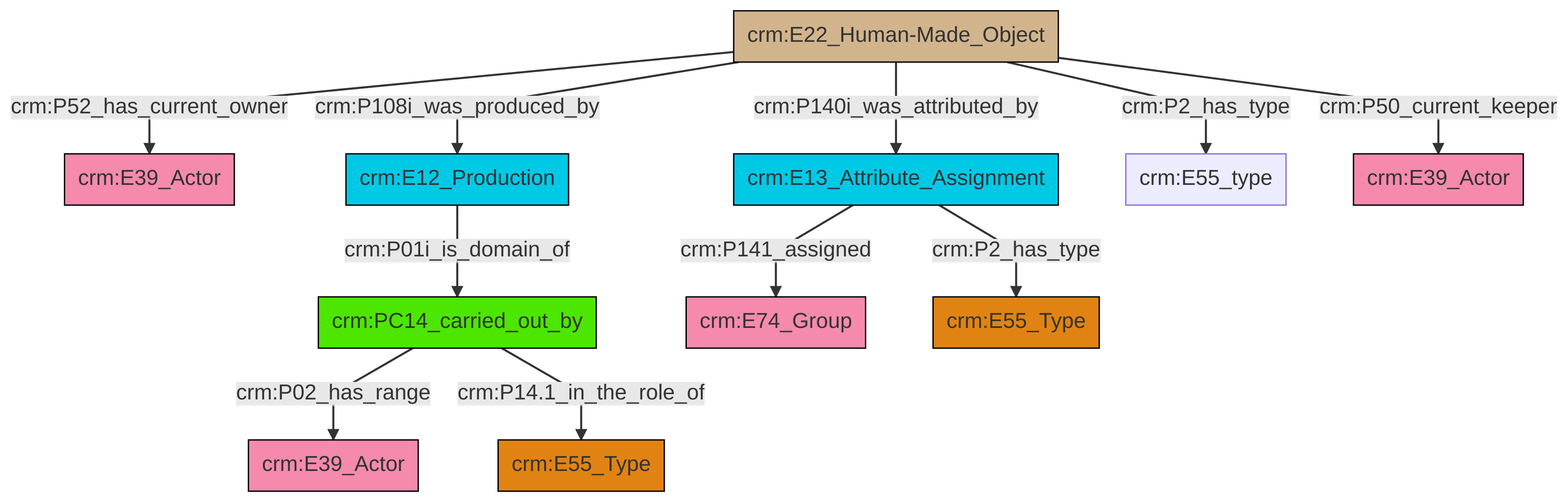
Before: et/artworkCSV/ttl/mmd/png/Artwork_Actor_Relations.png, a diagram exported from Mermaid (swiss-art-research-net/reference-data-models). Its source is kept beside it as et/artworkCSV/ttl/mmd/Artwork_Actor_Relations.ttl.mmd.
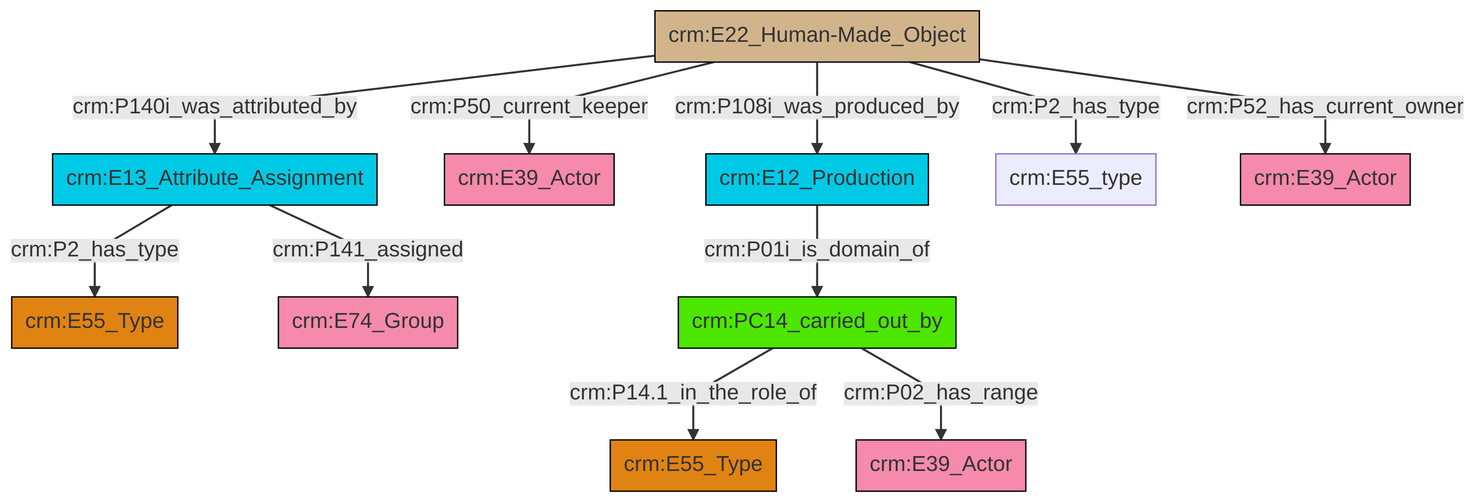
Later version of the same file.

Change to the diagram source:
```diff
@@ -13,13 +13,13 @@
 classDef PC_Classes fill:#4ce600, stroke:#000000;
 classDef Multi fill:#cccccc,stroke:#000000;
 
-0["crm:E22_Human-Made_Object"]:::Physical_Thing -->|crm:P52_has_current_owner| 1["crm:E39_Actor"]:::Actor
-2["crm:E12_Production"]:::Temporal_Entity -->|crm:P01i_is_domain_of| 3["crm:PC14_carried_out_by"]:::PC_Classes
-3["crm:PC14_carried_out_by"]:::PC_Classes -->|crm:P02_has_range| 6["crm:E39_Actor"]:::Actor
-4["crm:E13_Attribute_Assignment"]:::Temporal_Entity -->|crm:P141_assigned| 7["crm:E74_Group"]:::Actor
-0["crm:E22_Human-Made_Object"]:::Physical_Thing -->|crm:P2_has_type| 10["crm:E55_type"]:::Default
-0["crm:E22_Human-Made_Object"]:::Physical_Thing -->|crm:P50_current_keeper| 14["crm:E39_Actor"]:::Actor
-0["crm:E22_Human-Made_Object"]:::Physical_Thing -->|crm:P108i_was_produced_by| 2["crm:E12_Production"]:::Temporal_Entity
-0["crm:E22_Human-Made_Object"]:::Physical_Thing -->|crm:P140i_was_attributed_by| 4["crm:E13_Attribute_Assignment"]:::Temporal_Entity
-3["crm:PC14_carried_out_by"]:::PC_Classes -->|crm:P14.1_in_the_role_of| 18["crm:E55_Type"]:::Type
-4["crm:E13_Attribute_Assignment"]:::Temporal_Entity -->|crm:P2_has_type| 11["crm:E55_Type"]:::Type
+2["crm:E22_Human-Made_Object"]:::Physical_Thing -->|crm:P140i_was_attributed_by| 3["crm:E13_Attribute_Assignment"]:::Temporal_Entity
+2["crm:E22_Human-Made_Object"]:::Physical_Thing -->|crm:P50_current_keeper| 4["crm:E39_Actor"]:::Actor
+6["crm:PC14_carried_out_by"]:::PC_Classes -->|crm:P14.1_in_the_role_of| 7["crm:E55_Type"]:::Type
+2["crm:E22_Human-Made_Object"]:::Physical_Thing -->|crm:P108i_was_produced_by| 11["crm:E12_Production"]:::Temporal_Entity
+3["crm:E13_Attribute_Assignment"]:::Temporal_Entity -->|crm:P2_has_type| 0["crm:E55_Type"]:::Type
+11["crm:E12_Production"]:::Temporal_Entity -->|crm:P01i_is_domain_of| 6["crm:PC14_carried_out_by"]:::PC_Classes
+6["crm:PC14_carried_out_by"]:::PC_Classes -->|crm:P02_has_range| 8["crm:E39_Actor"]:::Actor
+2["crm:E22_Human-Made_Object"]:::Physical_Thing -->|crm:P2_has_type| 15["crm:E55_type"]:::Default
+2["crm:E22_Human-Made_Object"]:::Physical_Thing -->|crm:P52_has_current_owner| 21["crm:E39_Actor"]:::Actor
+3["crm:E13_Attribute_Assignment"]:::Temporal_Entity -->|crm:P141_assigned| 18["crm:E74_Group"]:::Actor
```
